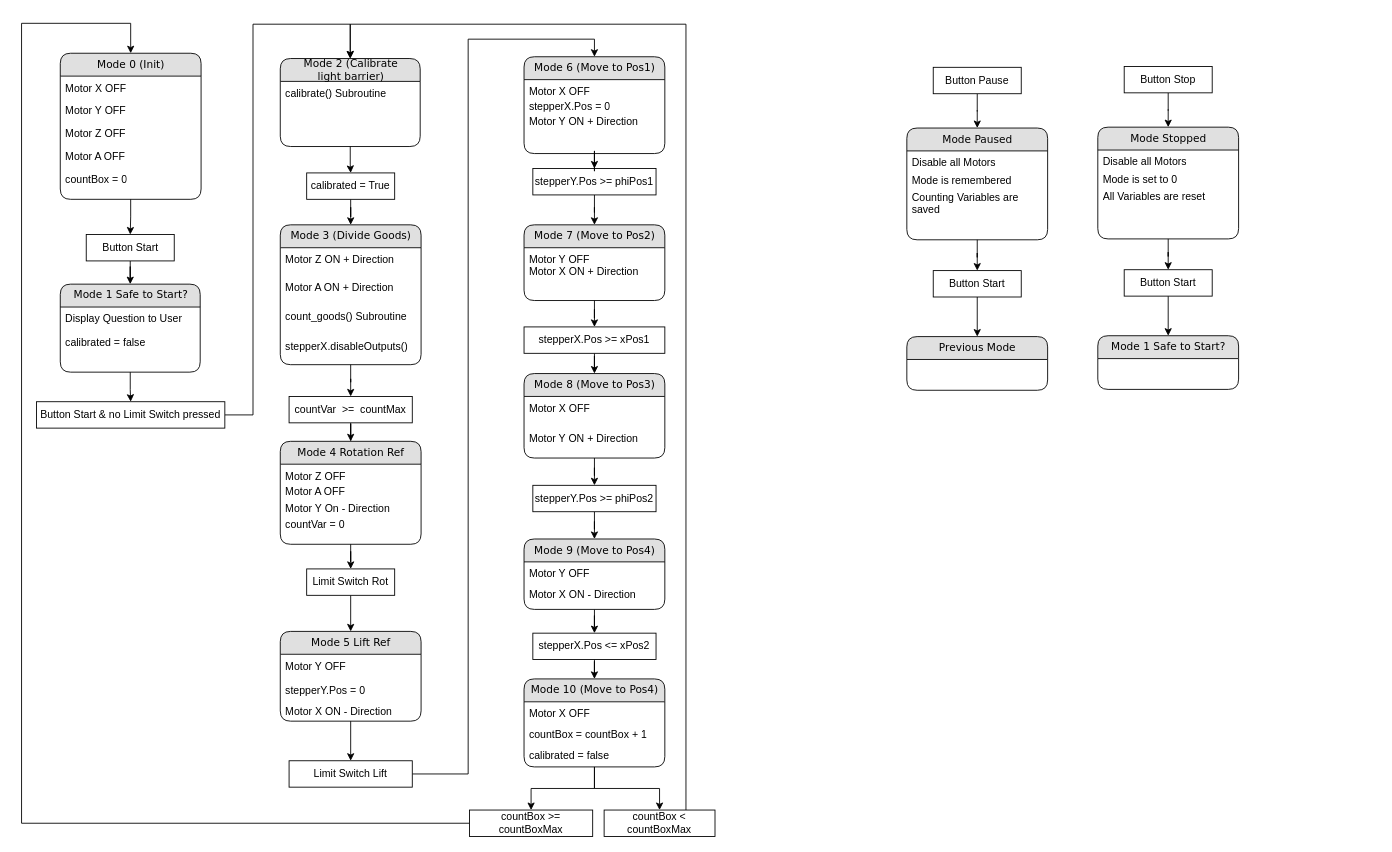
Above: Software/Flowchart_control_software.drawio in valnim/PMS2022 (draw.io), before the change. Source tidied: cells renumbered, new cells numbered last; positions are measured from the earlier drawing's top-left corner, leaving out a move shared by most shapes. Both pictures are drawn from the tidied source at 88%, with x=0, y=0 at pixel (21, 23).
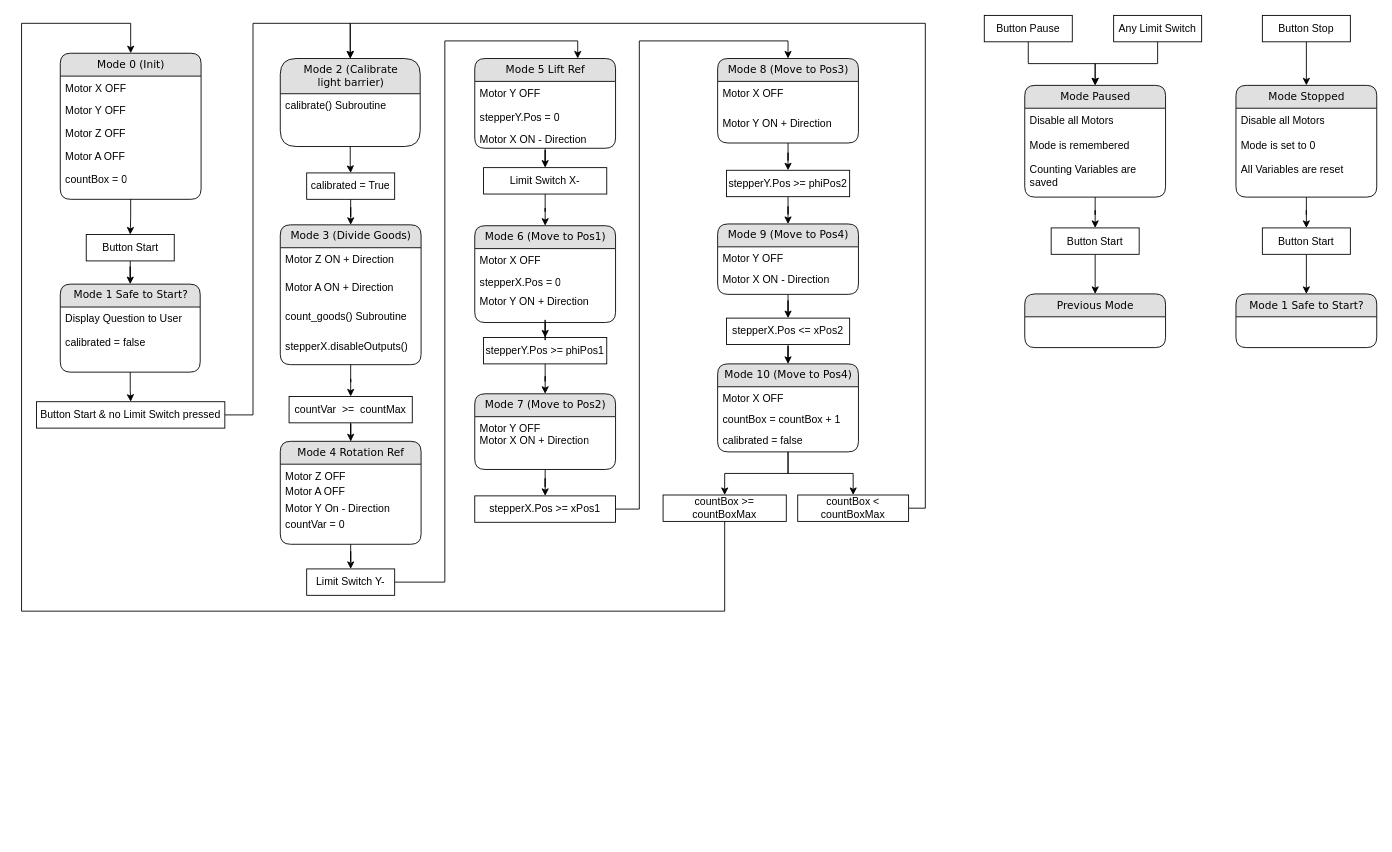
After the change.

Unchanged cells that the change refers to:
```xml
<mxCell id="3" value="Mode 0 (Init)" style="swimlane;html=1;fontStyle=0;horizontal=1;startSize=26;fillColor=#e0e0e0;swimlaneFillColor=#ffffff;align=center;rounded=1;shadow=0;comic=0;labelBackgroundColor=none;strokeWidth=1;fontFamily=Verdana;fontSize=12;" parent="2" vertex="1">
  <mxGeometry width="160" height="166" as="geometry" />
</mxCell>
<mxCell id="20" style="group;" parent="1" vertex="1">
  <mxGeometry x="294" y="40" width="159" height="100" as="geometry" />
</mxCell>
<mxCell id="30" value="Mode 7 (Move to Pos2)" style="swimlane;html=1;fontStyle=0;horizontal=1;startSize=26;fillColor=#e0e0e0;swimlaneFillColor=#ffffff;align=center;rounded=1;shadow=0;comic=0;labelBackgroundColor=none;strokeWidth=1;fontFamily=Verdana;fontSize=12;" parent="29" vertex="1">
  <mxGeometry width="160" height="86" as="geometry" />
</mxCell>
<mxCell id="33" value="Mode 8 (Move to Pos3)" style="swimlane;html=1;fontStyle=0;horizontal=1;startSize=26;fillColor=#e0e0e0;swimlaneFillColor=#ffffff;align=center;rounded=1;shadow=0;comic=0;labelBackgroundColor=none;strokeWidth=1;fontFamily=Verdana;fontSize=12;" parent="32" vertex="1">
  <mxGeometry y="-47" width="160" height="96" as="geometry" />
</mxCell>
<mxCell id="52" value="Mode 5 Lift Ref" style="swimlane;html=1;fontStyle=0;horizontal=1;startSize=26;fillColor=#e0e0e0;swimlaneFillColor=#ffffff;align=center;rounded=1;shadow=0;comic=0;labelBackgroundColor=none;strokeWidth=1;fontFamily=Verdana;fontSize=12;" parent="51" vertex="1">
  <mxGeometry width="160" height="102" as="geometry" />
</mxCell>
<mxCell id="63" value="Button Start &amp;amp; no Limit Switch pressed" style="rounded=0;whiteSpace=wrap;html=1;" parent="1" vertex="1">
  <mxGeometry x="17" y="430" width="214" height="30" as="geometry" />
</mxCell>
<mxCell id="66" value="Mode 6 (Move to Pos1)" style="swimlane;html=1;fontStyle=0;horizontal=1;startSize=26;fillColor=#e0e0e0;swimlaneFillColor=#ffffff;align=center;rounded=1;shadow=0;comic=0;labelBackgroundColor=none;strokeWidth=1;fontFamily=Verdana;fontSize=12;" parent="65" vertex="1">
  <mxGeometry width="160" height="110" as="geometry" />
</mxCell>
<mxCell id="91" value="Mode Paused" style="swimlane;html=1;fontStyle=0;horizontal=1;startSize=26;fillColor=#e0e0e0;swimlaneFillColor=#ffffff;align=center;rounded=1;shadow=0;comic=0;labelBackgroundColor=none;strokeWidth=1;fontFamily=Verdana;fontSize=12;" parent="90" vertex="1">
  <mxGeometry width="160" height="127" as="geometry" />
</mxCell>
<mxCell id="103" value="Mode Stopped" style="swimlane;html=1;fontStyle=0;horizontal=1;startSize=26;fillColor=#e0e0e0;swimlaneFillColor=#ffffff;align=center;rounded=1;shadow=0;comic=0;labelBackgroundColor=none;strokeWidth=1;fontFamily=Verdana;fontSize=12;" parent="102" vertex="1">
  <mxGeometry width="160" height="127" as="geometry" />
</mxCell>
```

The edit, as a diff of the source:
```diff
@@
-    <mxCell id="21" value="Mode 2 (Calibrate &lt;br&gt;light barrier)" style="swimlane;html=1;fontStyle=0;horizontal=1;startSize=26;fillColor=#e0e0e0;swimlaneFillColor=#ffffff;align=center;rounded=1;shadow=0;comic=0;labelBackgroundColor=none;strokeWidth=1;fontFamily=Verdana;fontSize=12;" parent="20" vertex="1">
+    <mxCell id="21" value="Mode 2 (Calibrate &lt;br&gt;light barrier)" style="swimlane;html=1;fontStyle=0;horizontal=1;startSize=40;fillColor=#e0e0e0;swimlaneFillColor=#ffffff;align=center;rounded=1;shadow=0;comic=0;labelBackgroundColor=none;strokeWidth=1;fontFamily=Verdana;fontSize=12;" parent="20" vertex="1">
       <mxGeometry width="159" height="100" as="geometry" />
     </mxCell>
     <mxCell id="22" value="calibrate() Subroutine" style="text;html=1;strokeColor=none;fillColor=none;spacingLeft=4;spacingRight=4;whiteSpace=wrap;overflow=hidden;" parent="21" vertex="1">
-      <mxGeometry y="26" width="159" height="27" as="geometry" />
+      <mxGeometry y="40" width="159" height="27" as="geometry" />
     </mxCell>
@@
     <mxCell id="28" value="stepperY.Pos &amp;gt;= phiPos1" style="rounded=0;whiteSpace=wrap;html=1;" parent="1" vertex="1">
-      <mxGeometry x="581" y="165" width="140" height="30" as="geometry" />
+      <mxGeometry x="525" y="357" width="140" height="30" as="geometry" />
     </mxCell>
     <mxCell id="29" style="group;" parent="1" vertex="1">
-      <mxGeometry x="571" y="229" width="160" height="86" as="geometry" />
+      <mxGeometry x="515" y="421" width="160" height="86" as="geometry" />
     </mxCell>
@@
     <mxCell id="31" value="Motor Y OFF&lt;br style=&quot;font-size: 12px;&quot;&gt;Motor X ON + Direction" style="text;html=1;strokeColor=none;fillColor=none;spacingLeft=4;spacingRight=4;whiteSpace=wrap;overflow=hidden;fontSize=12;spacingBottom=2;" parent="30" vertex="1">
-      <mxGeometry y="26" width="160" height="34.4" as="geometry" />
+      <mxGeometry y="26" width="160" height="39" as="geometry" />
     </mxCell>
     <mxCell id="32" style="group;" parent="1" vertex="1">
-      <mxGeometry x="571" y="445" width="160" height="90" as="geometry" />
+      <mxGeometry x="791" y="87" width="160" height="90" as="geometry" />
     </mxCell>
@@
     <mxCell id="36" style="edgeStyle=orthogonalEdgeStyle;rounded=0;jettySize=auto;html=1;entryX=0.5;entryY=0;entryDx=0;entryDy=0;" parent="1" edge="1" source="37" target="33">
-      <mxGeometry relative="1" as="geometry" />
+      <mxGeometry relative="1" as="geometry">
+        <Array as="points">
+          <mxPoint x="702" y="552" />
+          <mxPoint x="702" y="20" />
+          <mxPoint x="871" y="20" />
+        </Array>
+      </mxGeometry>
     </mxCell>
     <mxCell id="37" value="stepperX.Pos &amp;gt;= xPos1" style="rounded=0;whiteSpace=wrap;html=1;" parent="1" vertex="1">
-      <mxGeometry x="571" y="345" width="160" height="30" as="geometry" />
+      <mxGeometry x="515" y="537" width="160" height="30" as="geometry" />
     </mxCell>
@@
     <mxCell id="39" value="stepperY.Pos &amp;gt;= phiPos2" style="rounded=0;whiteSpace=wrap;html=1;" parent="1" vertex="1">
-      <mxGeometry x="581" y="525" width="140" height="30" as="geometry" />
+      <mxGeometry x="801" y="167" width="140" height="30" as="geometry" />
     </mxCell>
@@
     <mxCell id="42" value="stepperX.Pos &amp;lt;= xPos2" style="rounded=0;whiteSpace=wrap;html=1;" parent="1" vertex="1">
-      <mxGeometry x="581" y="693" width="140" height="30" as="geometry" />
+      <mxGeometry x="801" y="335" width="140" height="30" as="geometry" />
     </mxCell>
@@
     <mxCell id="51" style="group;" parent="1" vertex="1">
-      <mxGeometry x="294" y="691" width="160" height="102" as="geometry" />
+      <mxGeometry x="515" y="40" width="160" height="102" as="geometry" />
     </mxCell>
@@
     <mxCell id="56" style="edgeStyle=orthogonalEdgeStyle;rounded=0;jettySize=auto;html=1;" parent="1" edge="1" source="57" target="52">
-      <mxGeometry relative="1" as="geometry" />
+      <mxGeometry relative="1" as="geometry">
+        <Array as="points">
+          <mxPoint x="481" y="635" />
+          <mxPoint x="481" y="20" />
+          <mxPoint x="632" y="20" />
+        </Array>
+      </mxGeometry>
     </mxCell>
-    <mxCell id="57" value="Limit Switch Rot" style="rounded=0;whiteSpace=wrap;html=1;" parent="1" vertex="1">
+    <mxCell id="57" value="Limit Switch Y-" style="rounded=0;whiteSpace=wrap;html=1;" parent="1" vertex="1">
       <mxGeometry x="324" y="620" width="100" height="30" as="geometry" />
     </mxCell>
@@
     <mxCell id="62" style="edgeStyle=orthogonalEdgeStyle;rounded=0;jettySize=auto;html=1;entryX=0.5;entryY=0;entryDx=0;entryDy=0;" parent="1" edge="1" source="63" target="21">
       <mxGeometry relative="1" as="geometry">
         <Array as="points">
           <mxPoint x="263" y="445" />
-          <mxPoint x="263" y="1" />
-          <mxPoint x="373" y="1" />
+          <mxPoint x="263" />
+          <mxPoint x="374" />
         </Array>
       </mxGeometry>
     </mxCell>
@@
     <mxCell id="65" style="group;" parent="1" vertex="1">
-      <mxGeometry x="571" y="38" width="160" height="110" as="geometry" />
+      <mxGeometry x="515" y="230" width="160" height="110" as="geometry" />
     </mxCell>
@@
     <mxCell id="67" value="Motor X OFF" style="text;html=1;strokeColor=none;fillColor=none;spacingLeft=4;spacingRight=4;whiteSpace=wrap;overflow=hidden;" parent="66" vertex="1">
-      <mxGeometry y="26" width="160" height="17.2" as="geometry" />
+      <mxGeometry y="26" width="160" height="25" as="geometry" />
     </mxCell>
     <mxCell id="68" value="stepperX.Pos = 0" style="text;html=1;strokeColor=none;fillColor=none;spacingLeft=4;spacingRight=4;whiteSpace=wrap;overflow=hidden;" parent="66" vertex="1">
-      <mxGeometry y="43.2" width="160" height="16.8" as="geometry" />
+      <mxGeometry y="51" width="160" height="21.8" as="geometry" />
     </mxCell>
     <mxCell id="69" value="Motor Y ON + Direction" style="text;html=1;strokeColor=none;fillColor=none;spacingLeft=4;spacingRight=4;whiteSpace=wrap;overflow=hidden;" parent="66" vertex="1">
-      <mxGeometry y="60" width="160" height="16.8" as="geometry" />
+      <mxGeometry y="72.8" width="160" height="16.8" as="geometry" />
     </mxCell>
@@
-    <mxCell id="71" value="Limit Switch Lift" style="rounded=0;whiteSpace=wrap;html=1;" parent="1" vertex="1">
-      <mxGeometry x="304" y="838" width="140" height="30" as="geometry" />
+    <mxCell id="71" value="Limit Switch X-" style="rounded=0;whiteSpace=wrap;html=1;" parent="1" vertex="1">
+      <mxGeometry x="525" y="164" width="140" height="30" as="geometry" />
     </mxCell>
@@
     <mxCell id="74" value="Mode 9 (Move to Pos4)" style="swimlane;html=1;fontStyle=0;horizontal=1;startSize=26;fillColor=#e0e0e0;swimlaneFillColor=#ffffff;align=center;rounded=1;shadow=0;comic=0;labelBackgroundColor=none;strokeWidth=1;fontFamily=Verdana;fontSize=12;" parent="1" vertex="1">
-      <mxGeometry x="571" y="586" width="160" height="80" as="geometry" />
+      <mxGeometry x="791" y="228" width="160" height="80" as="geometry" />
     </mxCell>
@@
     <mxCell id="78" style="edgeStyle=orthogonalEdgeStyle;rounded=0;jettySize=auto;html=1;entryX=0.5;entryY=0;entryDx=0;entryDy=0;" parent="1" edge="1" source="79" target="3">
       <mxGeometry relative="1" as="geometry">
         <Array as="points">
-          <mxPoint y="909" />
+          <mxPoint x="799" y="668" />
+          <mxPoint y="668" />
           <mxPoint />
           <mxPoint x="124" />
         </Array>
       </mxGeometry>
     </mxCell>
     <mxCell id="79" value="countBox &amp;gt;= countBoxMax" style="rounded=0;whiteSpace=wrap;html=1;" parent="1" vertex="1">
-      <mxGeometry x="509" y="894" width="140" height="30" as="geometry" />
+      <mxGeometry x="729" y="536" width="140" height="30" as="geometry" />
     </mxCell>
@@
     <mxCell id="81" value="Mode 10 (Move to Pos4)" style="swimlane;html=1;fontStyle=0;horizontal=1;startSize=26;fillColor=#e0e0e0;swimlaneFillColor=#ffffff;align=center;rounded=1;shadow=0;comic=0;labelBackgroundColor=none;strokeWidth=1;fontFamily=Verdana;fontSize=12;" parent="1" vertex="1">
-      <mxGeometry x="571" y="745" width="160" height="100" as="geometry" />
+      <mxGeometry x="791" y="387" width="160" height="100" as="geometry" />
     </mxCell>
@@
     <mxCell id="85" style="edgeStyle=orthogonalEdgeStyle;rounded=0;jettySize=auto;html=1;entryX=0.5;entryY=0;entryDx=0;entryDy=0;" parent="1" edge="1" source="86" target="21">
       <mxGeometry relative="1" as="geometry">
         <Array as="points">
-          <mxPoint x="755" y="1" />
-          <mxPoint x="374" y="1" />
+          <mxPoint x="1027" y="551" />
+          <mxPoint x="1027" />
+          <mxPoint x="373" />
         </Array>
       </mxGeometry>
     </mxCell>
     <mxCell id="86" value="countBox &amp;lt; countBoxMax" style="rounded=0;whiteSpace=wrap;html=1;" parent="1" vertex="1">
-      <mxGeometry x="662" y="894" width="126" height="30" as="geometry" />
+      <mxGeometry x="882" y="536" width="126" height="30" as="geometry" />
     </mxCell>
@@
     <mxCell id="89" value="Button Pause" style="rounded=0;whiteSpace=wrap;html=1;" parent="1" vertex="1">
-      <mxGeometry x="1036" y="50" width="100" height="30" as="geometry" />
+      <mxGeometry x="1094" y="-9" width="100" height="30" as="geometry" />
     </mxCell>
     <mxCell id="90" style="group;" parent="1" vertex="1">
-      <mxGeometry x="1006" y="119" width="160" height="127" as="geometry" />
+      <mxGeometry x="1140" y="70.5" width="160" height="127" as="geometry" />
     </mxCell>
@@
     <mxCell id="92" value="Disable all Motors" style="text;html=1;strokeColor=none;fillColor=none;spacingLeft=4;spacingRight=4;whiteSpace=wrap;overflow=hidden;" parent="91" vertex="1">
-      <mxGeometry y="26" width="160" height="19.9" as="geometry" />
+      <mxGeometry y="26" width="160" height="28" as="geometry" />
     </mxCell>
     <mxCell id="93" value="Mode is remembered" style="text;html=1;strokeColor=none;fillColor=none;spacingLeft=4;spacingRight=4;whiteSpace=wrap;overflow=hidden;" parent="91" vertex="1">
-      <mxGeometry y="45.9" width="160" height="19.4" as="geometry" />
+      <mxGeometry y="54" width="160" height="28" as="geometry" />
     </mxCell>
     <mxCell id="94" value="Counting Variables are saved" style="text;html=1;strokeColor=none;fillColor=none;spacingLeft=4;spacingRight=4;whiteSpace=wrap;overflow=hidden;" parent="91" vertex="1">
-      <mxGeometry y="65.3" width="160" height="38.2" as="geometry" />
+      <mxGeometry y="82" width="160" height="38.2" as="geometry" />
     </mxCell>
@@
     <mxCell id="96" value="Button Start" style="rounded=0;whiteSpace=wrap;html=1;" parent="1" vertex="1">
-      <mxGeometry x="1036" y="281" width="100" height="30" as="geometry" />
+      <mxGeometry x="1170" y="232.5" width="100" height="30" as="geometry" />
     </mxCell>
@@
     <mxCell id="98" style="group;" parent="1" vertex="1">
-      <mxGeometry x="1006" y="356" width="160" height="61" as="geometry" />
+      <mxGeometry x="1140" y="307.5" width="160" height="61" as="geometry" />
     </mxCell>
@@
     <mxCell id="101" value="Button Stop" style="rounded=0;whiteSpace=wrap;html=1;" parent="1" vertex="1">
-      <mxGeometry x="1253" y="49" width="100" height="30" as="geometry" />
+      <mxGeometry x="1410" y="-9" width="100" height="30" as="geometry" />
     </mxCell>
     <mxCell id="102" style="group;" parent="1" vertex="1">
-      <mxGeometry x="1223" y="118" width="160" height="127" as="geometry" />
+      <mxGeometry x="1380" y="70.5" width="160" height="127" as="geometry" />
     </mxCell>
@@
     <mxCell id="104" value="Disable all Motors" style="text;html=1;strokeColor=none;fillColor=none;spacingLeft=4;spacingRight=4;whiteSpace=wrap;overflow=hidden;" parent="103" vertex="1">
-      <mxGeometry y="26" width="160" height="19.9" as="geometry" />
+      <mxGeometry y="26" width="160" height="28" as="geometry" />
     </mxCell>
     <mxCell id="105" value="Mode is set to 0" style="text;html=1;strokeColor=none;fillColor=none;spacingLeft=4;spacingRight=4;whiteSpace=wrap;overflow=hidden;" parent="103" vertex="1">
-      <mxGeometry y="45.9" width="160" height="19.4" as="geometry" />
+      <mxGeometry y="54" width="160" height="28.1" as="geometry" />
     </mxCell>
     <mxCell id="106" value="All Variables are reset" style="text;html=1;strokeColor=none;fillColor=none;spacingLeft=4;spacingRight=4;whiteSpace=wrap;overflow=hidden;" parent="103" vertex="1">
-      <mxGeometry y="65.3" width="160" height="38.2" as="geometry" />
+      <mxGeometry y="82.1" width="160" height="38.2" as="geometry" />
     </mxCell>
@@
     <mxCell id="108" value="Button Start" style="rounded=0;whiteSpace=wrap;html=1;" parent="1" vertex="1">
-      <mxGeometry x="1253" y="280" width="100" height="30" as="geometry" />
+      <mxGeometry x="1410" y="232.5" width="100" height="30" as="geometry" />
     </mxCell>
@@
     <mxCell id="110" style="group;" parent="1" vertex="1">
-      <mxGeometry x="1223" y="355" width="160" height="61" as="geometry" />
+      <mxGeometry x="1380" y="307.5" width="160" height="61" as="geometry" />
     </mxCell>
@@
+    <mxCell id="112" style="edgeStyle=orthogonalEdgeStyle;rounded=0;jettySize=auto;html=1;entryX=0.5;entryY=0;entryDx=0;entryDy=0;" parent="1" edge="1" source="113" target="91">
+      <mxGeometry relative="1" as="geometry" />
+    </mxCell>
+    <mxCell id="113" value="Any Limit Switch" style="rounded=0;whiteSpace=wrap;html=1;" parent="1" vertex="1">
+      <mxGeometry x="1241" y="-9" width="100" height="30" as="geometry" />
+    </mxCell>
```
